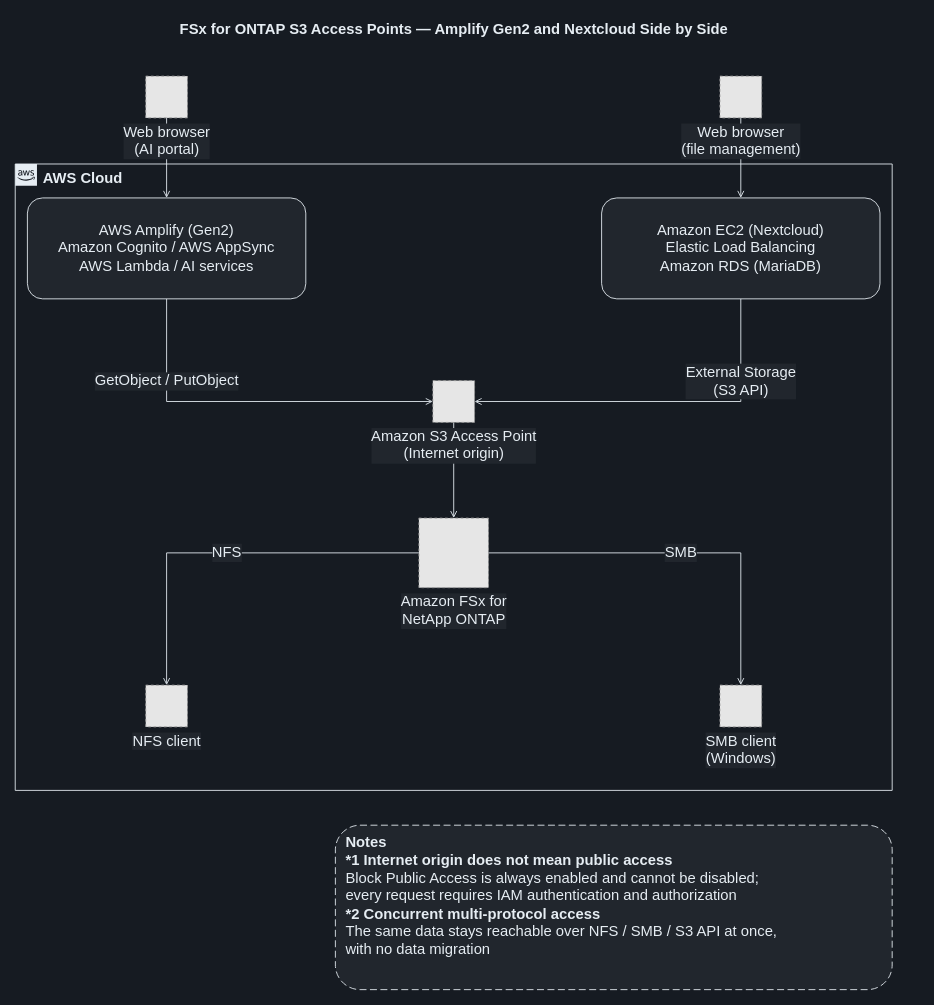
This is docs/diagrams/dark/coexistence-3path-en.drawio from Yoshiki0705/FSx-for-ONTAP-S3AccessPoints-Serverless-Patterns, a draw.io file, before an edit. Source tidied: cells renumbered, new cells numbered last; positions are measured from the earlier drawing's top-left corner, leaving out a move shared by most shapes. Both pictures are drawn from the tidied source at 87%, with x=0, y=0 at pixel (15, 15). Pictures stored in the file or linked from it are replaced by grey dashed boxes.
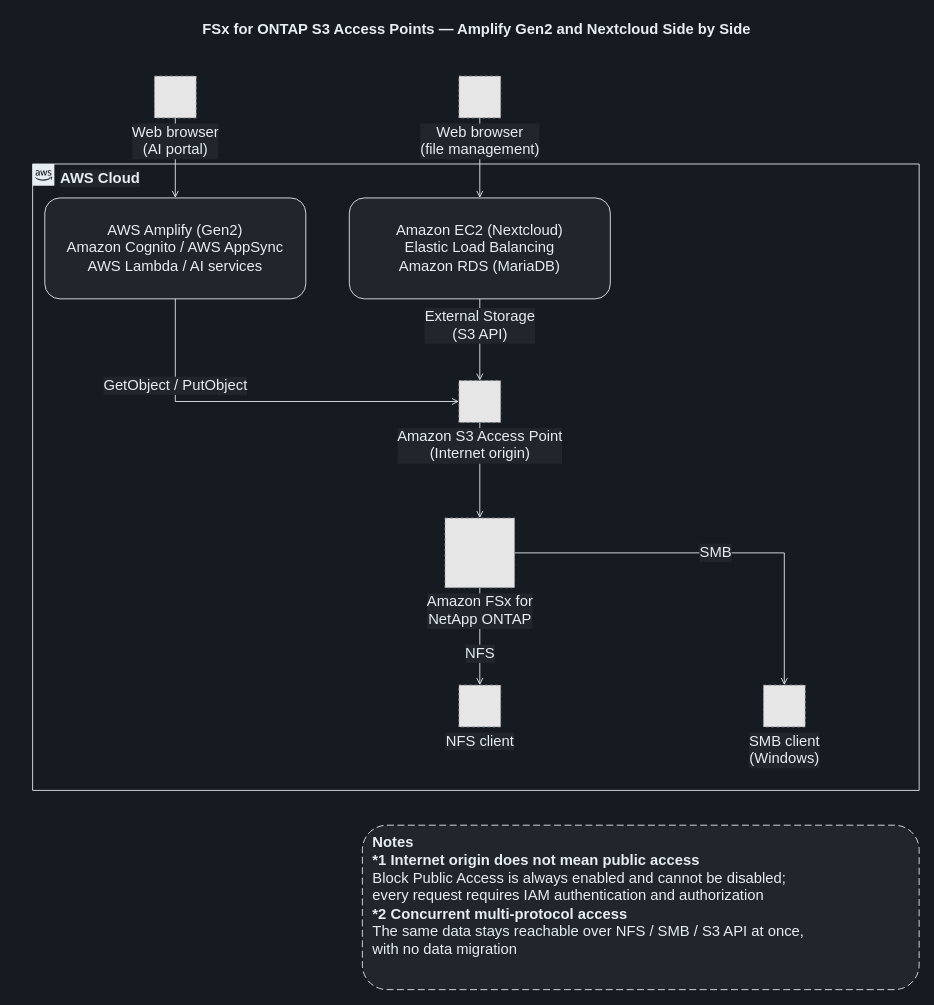
The same page after the edit.

What changed in the source:
```diff
@@
     <mxCell id="2" value="FSx for ONTAP S3 Access Points — Amplify Gen2 and Nextcloud Side by Side" style="text;html=1;align=center;verticalAlign=middle;fontSize=17;fontStyle=1;fontColor=#E6EDF3;" parent="1" vertex="1">
-      <mxGeometry width="1008" height="34" as="geometry" />
+      <mxGeometry x="20" width="1019" height="34" as="geometry" />
     </mxCell>
-    <mxCell id="3" value="AWS Cloud" style="gradientColor=none;html=1;whiteSpace=wrap;fontSize=17;fontStyle=1;shape=mxgraph.aws4.group;grIcon=mxgraph.aws4.group_aws_cloud_alt;strokeColor=#E6EDF3;fillColor=none;verticalAlign=top;align=left;spacingLeft=30;fontColor=#E6EDF3;dashed=0;" parent="1" vertex="1">
-      <mxGeometry y="171" width="1008" height="720" as="geometry" />
-    </mxCell>
@@
-    <mxCell id="7" value="External Storage&lt;br&gt;(S3 API)" style="edgeStyle=orthogonalEdgeStyle;rounded=0;jettySize=auto;html=1;endArrow=open;endFill=0;strokeColor=#E6EDF3;strokeWidth=1;fontSize=17;fontColor=#E6EDF3;labelBackgroundColor=#21262D;exitX=0.5;exitY=1;exitDx=0;exitDy=0;entryX=1;entryY=0.5;entryDx=0;entryDy=0;" parent="1" edge="1" source="14" target="15">
-      <mxGeometry x="-0.55" relative="1" as="geometry" />
+    <mxCell id="7" value="External Storage&lt;br&gt;(S3 API)" style="edgeStyle=orthogonalEdgeStyle;rounded=0;jettySize=auto;html=1;endArrow=open;endFill=0;strokeColor=#E6EDF3;strokeWidth=1;fontSize=17;fontColor=#E6EDF3;labelBackgroundColor=#21262D;" parent="1" edge="1" source="14" target="15">
+      <mxGeometry x="-0.35" relative="1" as="geometry" />
     </mxCell>
@@
     <mxCell id="9" value="NFS" style="edgeStyle=orthogonalEdgeStyle;rounded=0;jettySize=auto;html=1;endArrow=open;endFill=0;strokeColor=#E6EDF3;strokeWidth=1;fontSize=17;fontColor=#E6EDF3;labelBackgroundColor=#21262D;" parent="1" edge="1" source="16" target="17">
-      <mxGeometry relative="1" as="geometry" />
+      <mxGeometry relative="1" as="geometry">
+        <mxPoint y="20" as="offset" />
+      </mxGeometry>
     </mxCell>
@@
+    <mxCell id="3" value="AWS Cloud" style="gradientColor=none;html=1;whiteSpace=wrap;fontSize=17;fontStyle=1;shape=mxgraph.aws4.group;grIcon=mxgraph.aws4.group_aws_cloud_alt;strokeColor=#E6EDF3;fillColor=none;verticalAlign=top;align=left;spacingLeft=30;fontColor=#E6EDF3;dashed=0;labelBackgroundColor=#21262D;" parent="1" vertex="1">
+      <mxGeometry x="20" y="171" width="1019" height="720" as="geometry" />
+    </mxCell>
     <mxCell id="11" value="Web browser&lt;br&gt;(AI portal)" style="fillColor=#E6E6E6;strokeColor=#999999;dashed=1;html=1;verticalLabelPosition=bottom;verticalAlign=top;labelPosition=center;align=center;fontSize=17;fontColor=#E6EDF3;labelBackgroundColor=#21262D;" parent="1" vertex="1">
-      <mxGeometry x="150" y="70" width="48" height="48" as="geometry" />
+      <mxGeometry x="160" y="70" width="48" height="48" as="geometry" />
     </mxCell>
     <mxCell id="12" value="Web browser&lt;br&gt;(file management)" style="fillColor=#E6E6E6;strokeColor=#999999;dashed=1;html=1;verticalLabelPosition=bottom;verticalAlign=top;labelPosition=center;align=center;fontSize=17;fontColor=#E6EDF3;labelBackgroundColor=#21262D;" parent="1" vertex="1">
-      <mxGeometry x="810" y="70" width="48" height="48" as="geometry" />
+      <mxGeometry x="510" y="70" width="48" height="48" as="geometry" />
     </mxCell>
     <mxCell id="13" value="AWS Amplify (Gen2)&lt;br&gt;Amazon Cognito / AWS AppSync&lt;br&gt;AWS Lambda / AI services" style="rounded=1;whiteSpace=wrap;html=1;dashed=0;strokeColor=#E6EDF3;fillColor=#21262D;align=center;verticalAlign=middle;fontSize=17;fontColor=#E6EDF3;" parent="1" vertex="1">
-      <mxGeometry x="14" y="210" width="320" height="116" as="geometry" />
+      <mxGeometry x="34" y="210" width="300" height="116" as="geometry" />
     </mxCell>
     <mxCell id="14" value="Amazon EC2 (Nextcloud)&lt;br&gt;Elastic Load Balancing&lt;br&gt;Amazon RDS (MariaDB)" style="rounded=1;whiteSpace=wrap;html=1;dashed=0;strokeColor=#E6EDF3;fillColor=#21262D;align=center;verticalAlign=middle;fontSize=17;fontColor=#E6EDF3;" parent="1" vertex="1">
-      <mxGeometry x="674" y="210" width="320" height="116" as="geometry" />
+      <mxGeometry x="384" y="210" width="300" height="116" as="geometry" />
     </mxCell>
     <mxCell id="15" value="Amazon S3 Access Point&lt;br&gt;(Internet origin)" style="fillColor=#E6E6E6;strokeColor=#999999;dashed=1;html=1;verticalLabelPosition=bottom;verticalAlign=top;labelPosition=center;align=center;fontSize=17;fontColor=#E6EDF3;labelBackgroundColor=#21262D;" parent="1" vertex="1">
-      <mxGeometry x="480" y="420" width="48" height="48" as="geometry" />
+      <mxGeometry x="510" y="420" width="48" height="48" as="geometry" />
     </mxCell>
     <mxCell id="16" value="Amazon FSx for&lt;br&gt;NetApp ONTAP" style="fillColor=#E6E6E6;strokeColor=#999999;dashed=1;html=1;verticalLabelPosition=bottom;verticalAlign=top;labelPosition=center;align=center;fontSize=17;fontColor=#E6EDF3;labelBackgroundColor=#21262D;" parent="1" vertex="1">
-      <mxGeometry x="464" y="578" width="80" height="80" as="geometry" />
+      <mxGeometry x="494" y="578" width="80" height="80" as="geometry" />
     </mxCell>
     <mxCell id="17" value="NFS client" style="fillColor=#E6E6E6;strokeColor=#999999;dashed=1;html=1;verticalLabelPosition=bottom;verticalAlign=top;labelPosition=center;align=center;fontSize=17;fontColor=#E6EDF3;labelBackgroundColor=#21262D;" parent="1" vertex="1">
-      <mxGeometry x="150" y="770" width="48" height="48" as="geometry" />
+      <mxGeometry x="510" y="770" width="48" height="48" as="geometry" />
     </mxCell>
     <mxCell id="18" value="SMB client&lt;br&gt;(Windows)" style="fillColor=#E6E6E6;strokeColor=#999999;dashed=1;html=1;verticalLabelPosition=bottom;verticalAlign=top;labelPosition=center;align=center;fontSize=17;fontColor=#E6EDF3;labelBackgroundColor=#21262D;" parent="1" vertex="1">
-      <mxGeometry x="810" y="770" width="48" height="48" as="geometry" />
+      <mxGeometry x="860" y="770" width="48" height="48" as="geometry" />
     </mxCell>
     <mxCell id="19" value="&lt;b&gt;Notes&lt;/b&gt;&lt;br&gt;&lt;b&gt;*1 Internet origin does not mean public access&lt;/b&gt;&lt;br&gt;Block Public Access is always enabled and cannot be disabled;&lt;br&gt;every request requires IAM authentication and authorization&lt;br&gt;&lt;b&gt;*2 Concurrent multi-protocol access&lt;/b&gt;&lt;br&gt;The same data stays reachable over NFS / SMB / S3 API at once,&lt;br&gt;with no data migration" style="rounded=1;whiteSpace=wrap;html=1;dashed=1;dashPattern=8 4;strokeColor=#E6EDF3;fillColor=#21262D;align=left;verticalAlign=top;spacingLeft=10;spacingTop=4;fontSize=17;fontColor=#E6EDF3;" parent="1" vertex="1">
-      <mxGeometry x="368" y="931" width="640" height="189" as="geometry" />
+      <mxGeometry x="399" y="931" width="640" height="189" as="geometry" />
     </mxCell>
```
